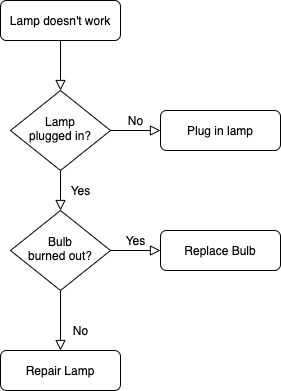
This is images/Untitled Diagram.drawio.png from elicc/elicc.github.io, a draw.io export, as it was before one commit. Source tidied: cells renumbered, new cells last; positions are measured from the earlier drawing's top-left corner, leaving out a move shared by most shapes.
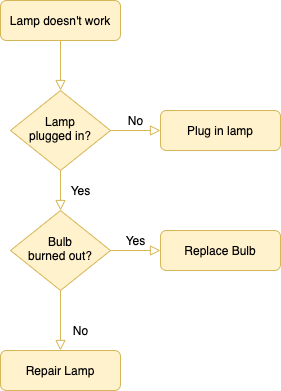
After the commit.

What changed in the source:
```diff
@@ -2,37 +2,37 @@
   <root>
     <mxCell id="0" />
     <mxCell id="1" parent="0" />
-    <mxCell id="2" style="rounded=0;html=1;jettySize=auto;fontSize=11;endArrow=block;endFill=0;endSize=8;strokeWidth=1;shadow=0;labelBackgroundColor=none;edgeStyle=orthogonalEdgeStyle;" parent="1" edge="1" source="3" target="6">
+    <mxCell id="2" style="rounded=0;html=1;jettySize=auto;fontSize=11;endArrow=block;endFill=0;endSize=8;strokeWidth=1;shadow=0;labelBackgroundColor=none;edgeStyle=orthogonalEdgeStyle;fillColor=#fff2cc;strokeColor=#d6b656;" parent="1" edge="1" source="3" target="6">
       <mxGeometry relative="1" as="geometry" />
     </mxCell>
-    <mxCell id="3" value="Lamp doesn't work" style="rounded=1;whiteSpace=wrap;html=1;fontSize=12;glass=0;strokeWidth=1;shadow=0;" parent="1" vertex="1">
+    <mxCell id="3" value="Lamp doesn't work" style="rounded=1;whiteSpace=wrap;html=1;fontSize=12;glass=0;strokeWidth=1;shadow=0;fillColor=#fff2cc;strokeColor=#d6b656;" parent="1" vertex="1">
       <mxGeometry width="120" height="40" as="geometry" />
     </mxCell>
-    <mxCell id="4" value="Yes" style="rounded=0;html=1;jettySize=auto;fontSize=11;endArrow=block;endFill=0;endSize=8;strokeWidth=1;shadow=0;labelBackgroundColor=none;edgeStyle=orthogonalEdgeStyle;" parent="1" edge="1" source="6" target="10">
+    <mxCell id="4" value="Yes" style="rounded=0;html=1;jettySize=auto;fontSize=11;endArrow=block;endFill=0;endSize=8;strokeWidth=1;shadow=0;labelBackgroundColor=none;edgeStyle=orthogonalEdgeStyle;fillColor=#fff2cc;strokeColor=#d6b656;" parent="1" edge="1" source="6" target="10">
       <mxGeometry y="20" relative="1" as="geometry" />
     </mxCell>
-    <mxCell id="5" value="No" style="edgeStyle=orthogonalEdgeStyle;rounded=0;html=1;jettySize=auto;fontSize=11;endArrow=block;endFill=0;endSize=8;strokeWidth=1;shadow=0;labelBackgroundColor=none;" parent="1" edge="1" source="6" target="7">
+    <mxCell id="5" value="No" style="edgeStyle=orthogonalEdgeStyle;rounded=0;html=1;jettySize=auto;fontSize=11;endArrow=block;endFill=0;endSize=8;strokeWidth=1;shadow=0;labelBackgroundColor=none;fillColor=#fff2cc;strokeColor=#d6b656;" parent="1" edge="1" source="6" target="7">
       <mxGeometry y="10" relative="1" as="geometry" />
     </mxCell>
-    <mxCell id="6" value="Lamp&lt;br&gt;plugged in?" style="rhombus;whiteSpace=wrap;html=1;shadow=0;fontFamily=Helvetica;fontSize=12;align=center;strokeWidth=1;spacing=6;spacingTop=-4;" parent="1" vertex="1">
+    <mxCell id="6" value="Lamp&lt;br&gt;plugged in?" style="rhombus;whiteSpace=wrap;html=1;shadow=0;fontFamily=Helvetica;fontSize=12;align=center;strokeWidth=1;spacing=6;spacingTop=-4;fillColor=#fff2cc;strokeColor=#d6b656;" parent="1" vertex="1">
       <mxGeometry x="10" y="90" width="100" height="80" as="geometry" />
     </mxCell>
-    <mxCell id="7" value="Plug in lamp" style="rounded=1;whiteSpace=wrap;html=1;fontSize=12;glass=0;strokeWidth=1;shadow=0;" parent="1" vertex="1">
+    <mxCell id="7" value="Plug in lamp" style="rounded=1;whiteSpace=wrap;html=1;fontSize=12;glass=0;strokeWidth=1;shadow=0;fillColor=#fff2cc;strokeColor=#d6b656;" parent="1" vertex="1">
       <mxGeometry x="160" y="110" width="120" height="40" as="geometry" />
     </mxCell>
-    <mxCell id="8" value="No" style="rounded=0;html=1;jettySize=auto;fontSize=11;endArrow=block;endFill=0;endSize=8;strokeWidth=1;shadow=0;labelBackgroundColor=none;edgeStyle=orthogonalEdgeStyle;" parent="1" edge="1" source="10" target="11">
+    <mxCell id="8" value="No" style="rounded=0;html=1;jettySize=auto;fontSize=11;endArrow=block;endFill=0;endSize=8;strokeWidth=1;shadow=0;labelBackgroundColor=none;edgeStyle=orthogonalEdgeStyle;fillColor=#fff2cc;strokeColor=#d6b656;" parent="1" edge="1" source="10" target="11">
       <mxGeometry x="0.33" y="20" relative="1" as="geometry" />
     </mxCell>
-    <mxCell id="9" value="Yes" style="edgeStyle=orthogonalEdgeStyle;rounded=0;html=1;jettySize=auto;fontSize=11;endArrow=block;endFill=0;endSize=8;strokeWidth=1;shadow=0;labelBackgroundColor=none;" parent="1" edge="1" source="10" target="12">
+    <mxCell id="9" value="Yes" style="edgeStyle=orthogonalEdgeStyle;rounded=0;html=1;jettySize=auto;fontSize=11;endArrow=block;endFill=0;endSize=8;strokeWidth=1;shadow=0;labelBackgroundColor=none;fillColor=#fff2cc;strokeColor=#d6b656;" parent="1" edge="1" source="10" target="12">
       <mxGeometry y="10" relative="1" as="geometry" />
     </mxCell>
-    <mxCell id="10" value="Bulb&lt;br&gt;burned out?" style="rhombus;whiteSpace=wrap;html=1;shadow=0;fontFamily=Helvetica;fontSize=12;align=center;strokeWidth=1;spacing=6;spacingTop=-4;" parent="1" vertex="1">
+    <mxCell id="10" value="Bulb&lt;br&gt;burned out?" style="rhombus;whiteSpace=wrap;html=1;shadow=0;fontFamily=Helvetica;fontSize=12;align=center;strokeWidth=1;spacing=6;spacingTop=-4;fillColor=#fff2cc;strokeColor=#d6b656;" parent="1" vertex="1">
       <mxGeometry x="10" y="210" width="100" height="80" as="geometry" />
     </mxCell>
-    <mxCell id="11" value="Repair Lamp" style="rounded=1;whiteSpace=wrap;html=1;fontSize=12;glass=0;strokeWidth=1;shadow=0;" parent="1" vertex="1">
+    <mxCell id="11" value="Repair Lamp" style="rounded=1;whiteSpace=wrap;html=1;fontSize=12;glass=0;strokeWidth=1;shadow=0;fillColor=#fff2cc;strokeColor=#d6b656;" parent="1" vertex="1">
       <mxGeometry y="350" width="120" height="40" as="geometry" />
     </mxCell>
-    <mxCell id="12" value="Replace Bulb" style="rounded=1;whiteSpace=wrap;html=1;fontSize=12;glass=0;strokeWidth=1;shadow=0;" parent="1" vertex="1">
+    <mxCell id="12" value="Replace Bulb" style="rounded=1;whiteSpace=wrap;html=1;fontSize=12;glass=0;strokeWidth=1;shadow=0;fillColor=#fff2cc;strokeColor=#d6b656;" parent="1" vertex="1">
       <mxGeometry x="160" y="230" width="120" height="40" as="geometry" />
     </mxCell>
   </root>
```
